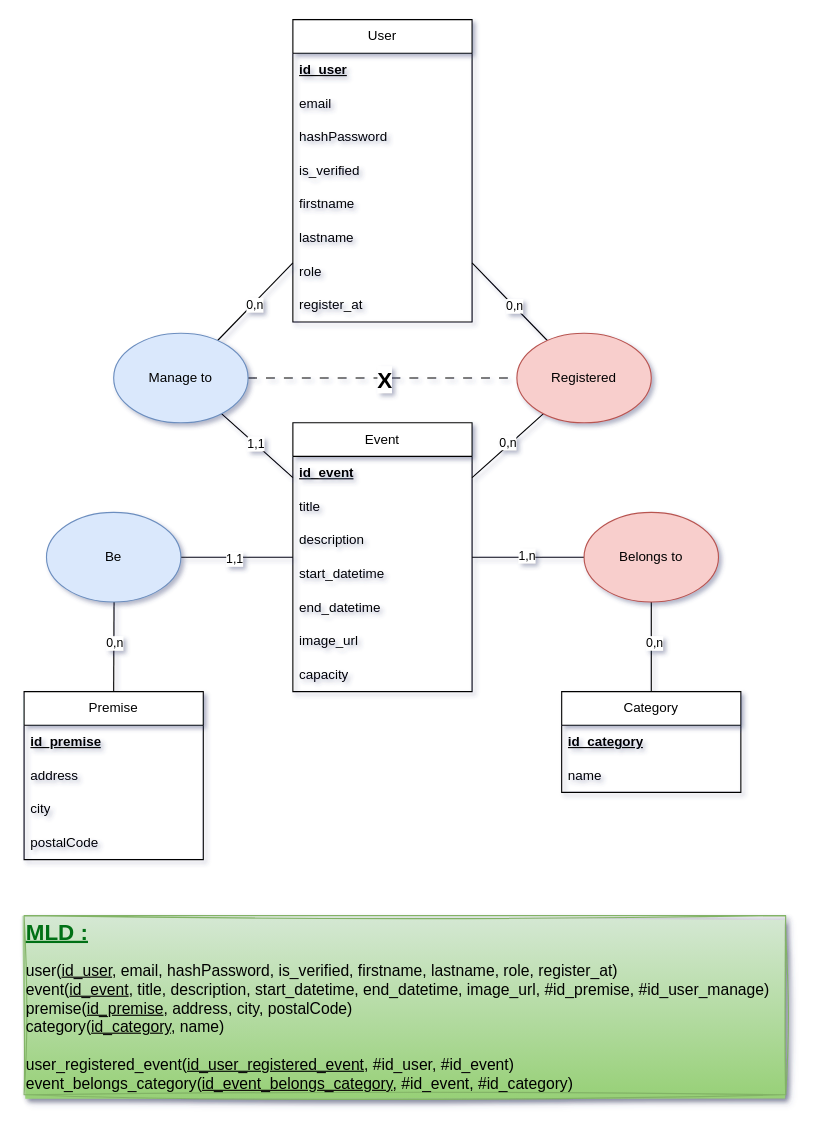
The draw.io diagram Merise/MCD_Projet_Fil_Rouge.drawio in Mzk-Ali/M2I_Projet_Fil_Rouge_Conception, before the edit. Source tidied: cells renumbered, new cells numbered last; positions are measured from the earlier drawing's top-left corner, leaving out a move shared by most shapes. Both pictures are drawn from the tidied source at 112%, with x=0, y=0 at pixel (24, 19).
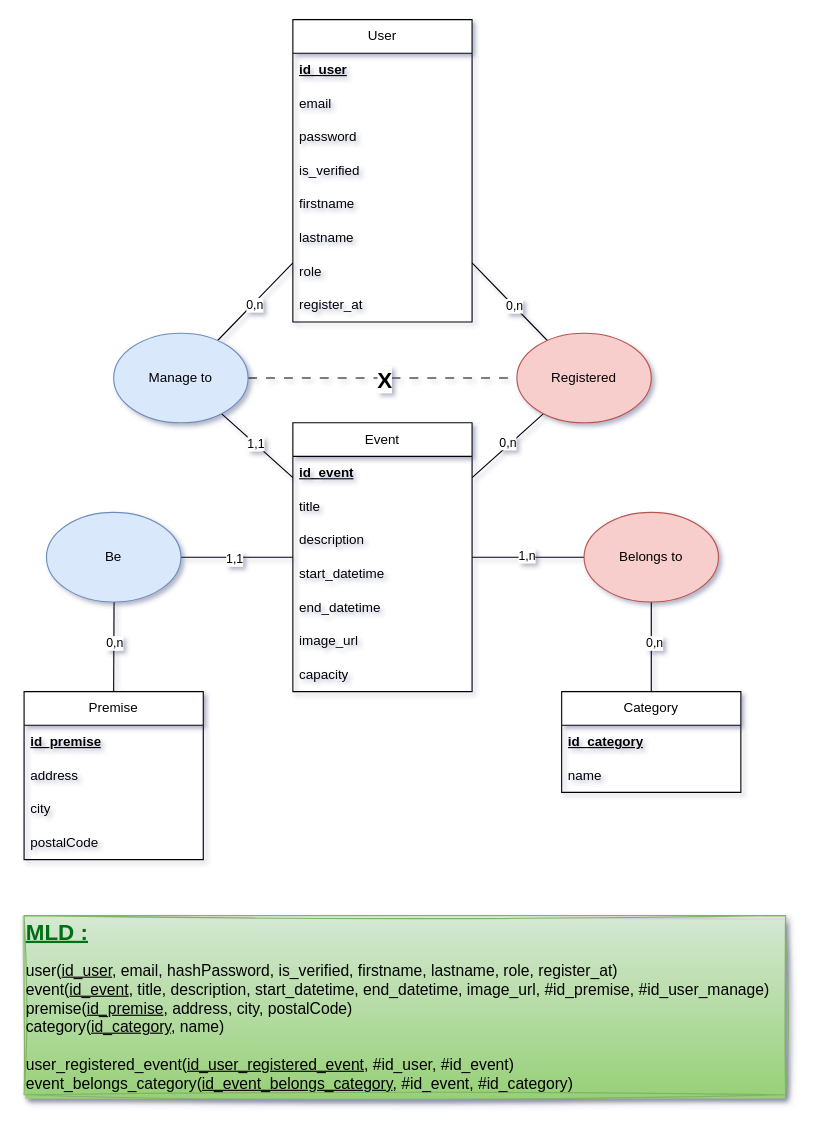
Above is the later version.

Commit message:
Mettre à jour MCD_Projet_Fil_Rouge.drawio

Unchanged cells that the change refers to:
```xml
<mxCell id="2" value="User" style="swimlane;fontStyle=0;horizontal=1;startSize=30;whiteSpace=wrap;html=1;" parent="1" vertex="1">
  <mxGeometry x="240" width="160" height="270" as="geometry" />
</mxCell>
```

What changed in the source:
```diff
@@
-    <mxCell id="5" value="hashPassword" style="text;strokeColor=none;fillColor=none;align=left;verticalAlign=middle;spacingLeft=4;spacingRight=4;overflow=hidden;whiteSpace=wrap;html=1;" parent="2" vertex="1">
+    <mxCell id="5" value="password" style="text;strokeColor=none;fillColor=none;align=left;verticalAlign=middle;spacingLeft=4;spacingRight=4;overflow=hidden;whiteSpace=wrap;html=1;" parent="2" vertex="1">
       <mxGeometry y="90" width="160" height="30" as="geometry" />
     </mxCell>
```
